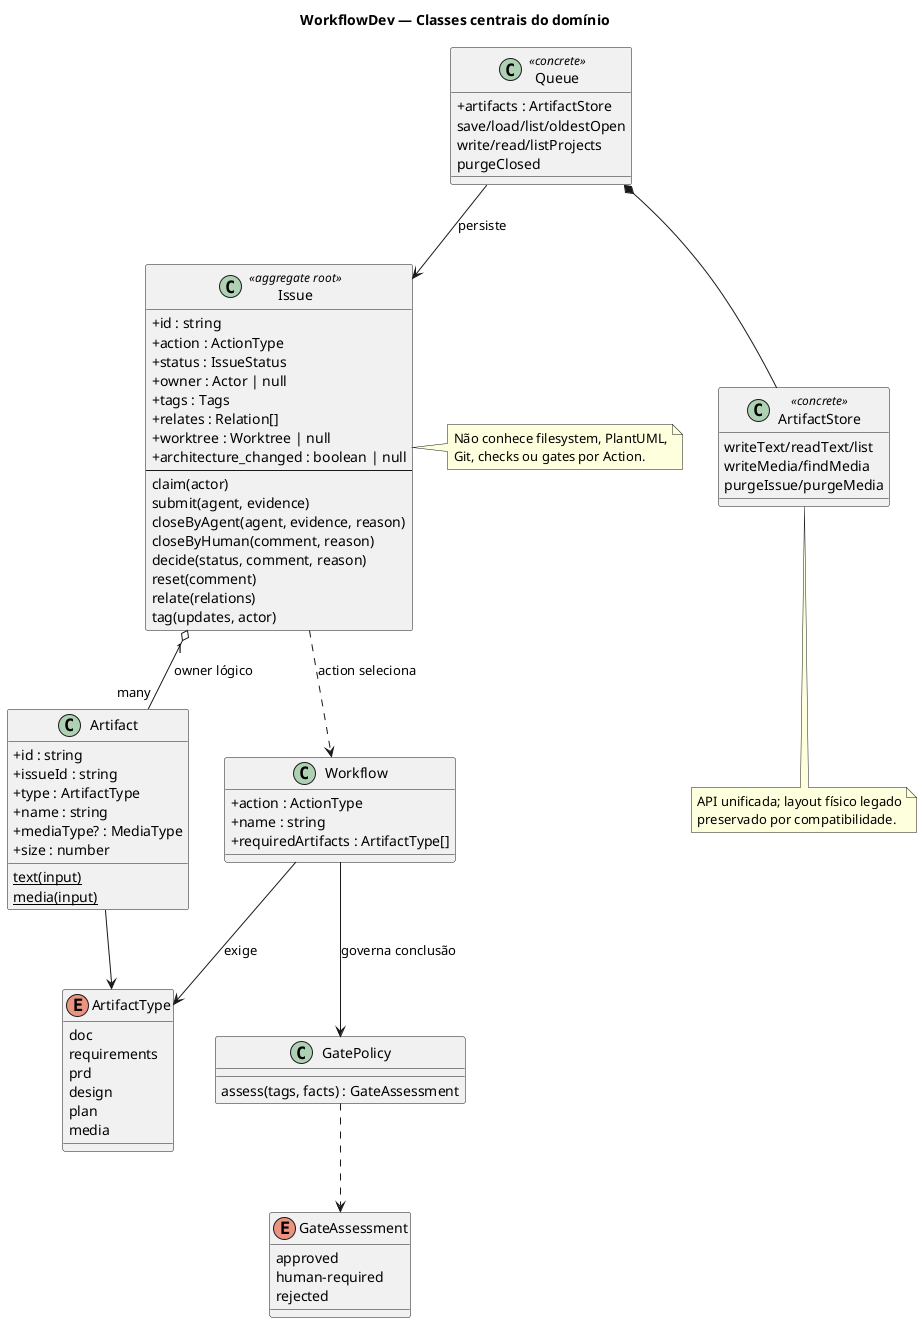
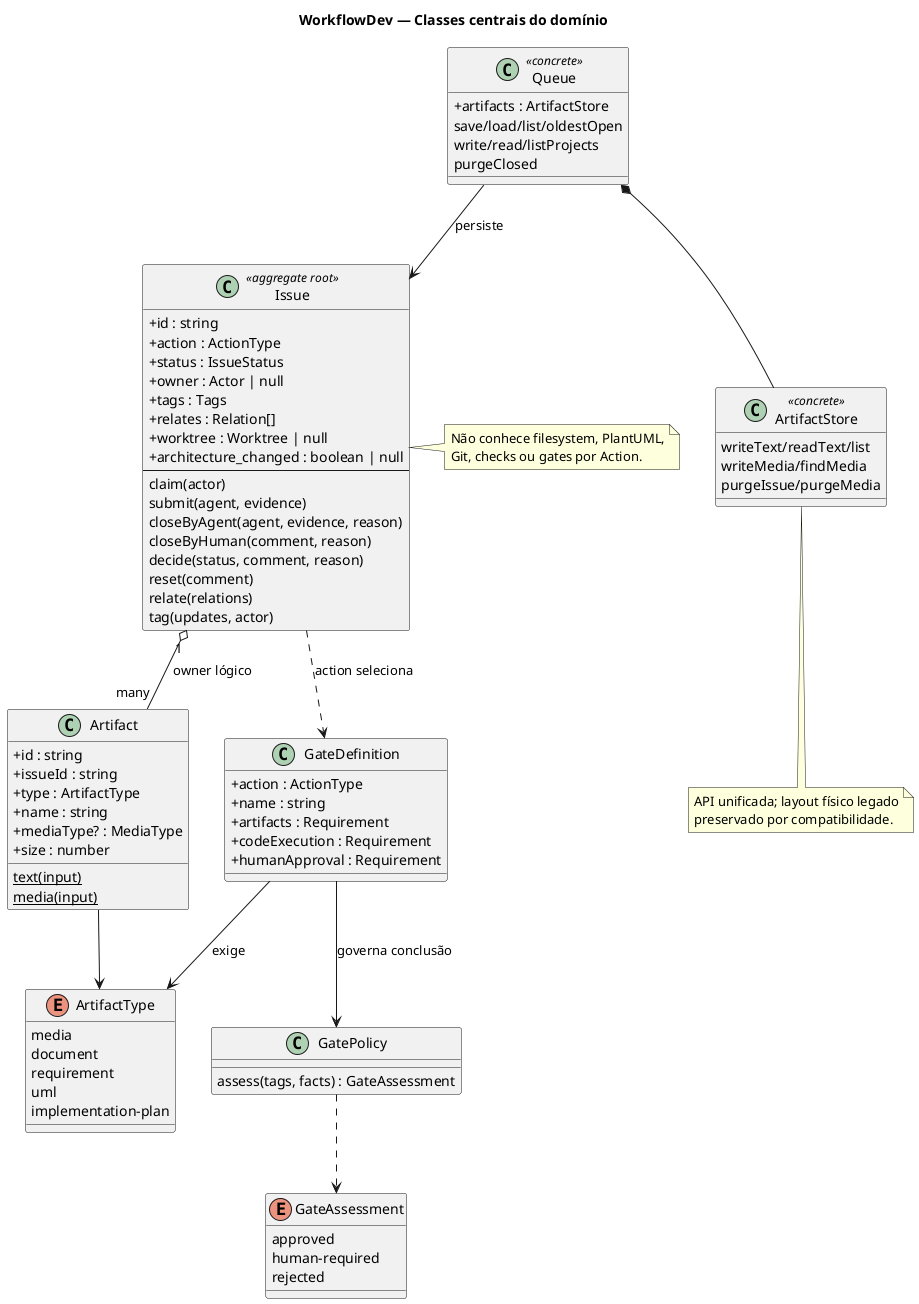
@startuml domain-class
title WorkflowDev — Classes centrais do domínio
skinparam classAttributeIconSize 0

class Issue <<aggregate root>> {
  +id : string
  +action : ActionType
  +status : IssueStatus
  +owner : Actor | null
  +tags : Tags
  +relates : Relation[]
  +worktree : Worktree | null
  +architecture_changed : boolean | null
  --
  claim(actor)
  submit(agent, evidence)
  closeByAgent(agent, evidence, reason)
  closeByHuman(comment, reason)
  decide(status, comment, reason)
  reset(comment)
  relate(relations)
  tag(updates, actor)
}

class Artifact {
  +id : string
  +issueId : string
  +type : ArtifactType
  +name : string
  +mediaType? : MediaType
  +size : number
  {static} text(input)
  {static} media(input)
}

enum ArtifactType {
-   doc
-   requirements
-   prd
-   design
-   plan
  media
+   document
+   requirement
+   uml
+   implementation-plan
}

- class Workflow {
+ class GateDefinition {
  +action : ActionType
  +name : string
-   +requiredArtifacts : ArtifactType[]
+   +artifacts : Requirement
+   +codeExecution : Requirement
+   +humanApproval : Requirement
}

class GatePolicy {
  assess(tags, facts) : GateAssessment
}

enum GateAssessment {
  approved
  human-required
  rejected
}

class Queue <<concrete>> {
  +artifacts : ArtifactStore
  save/load/list/oldestOpen
  write/read/listProjects
  purgeClosed
}

class ArtifactStore <<concrete>> {
  writeText/readText/list
  writeMedia/findMedia
  purgeIssue/purgeMedia
}

Issue "1" o-- "many" Artifact : owner lógico
- Issue ..> Workflow : action seleciona
- Workflow --> ArtifactType : exige
- Workflow --> GatePolicy : governa conclusão
+ Issue ..> GateDefinition : action seleciona
+ GateDefinition --> ArtifactType : exige
+ GateDefinition --> GatePolicy : governa conclusão
GatePolicy ..> GateAssessment
Artifact --> ArtifactType
Queue --> Issue : persiste
Queue *-- ArtifactStore

note right of Issue
  Não conhece filesystem, PlantUML,
  Git, checks ou gates por Action.
end note

note bottom of ArtifactStore
  API unificada; layout físico legado
  preservado por compatibilidade.
end note
@enduml
